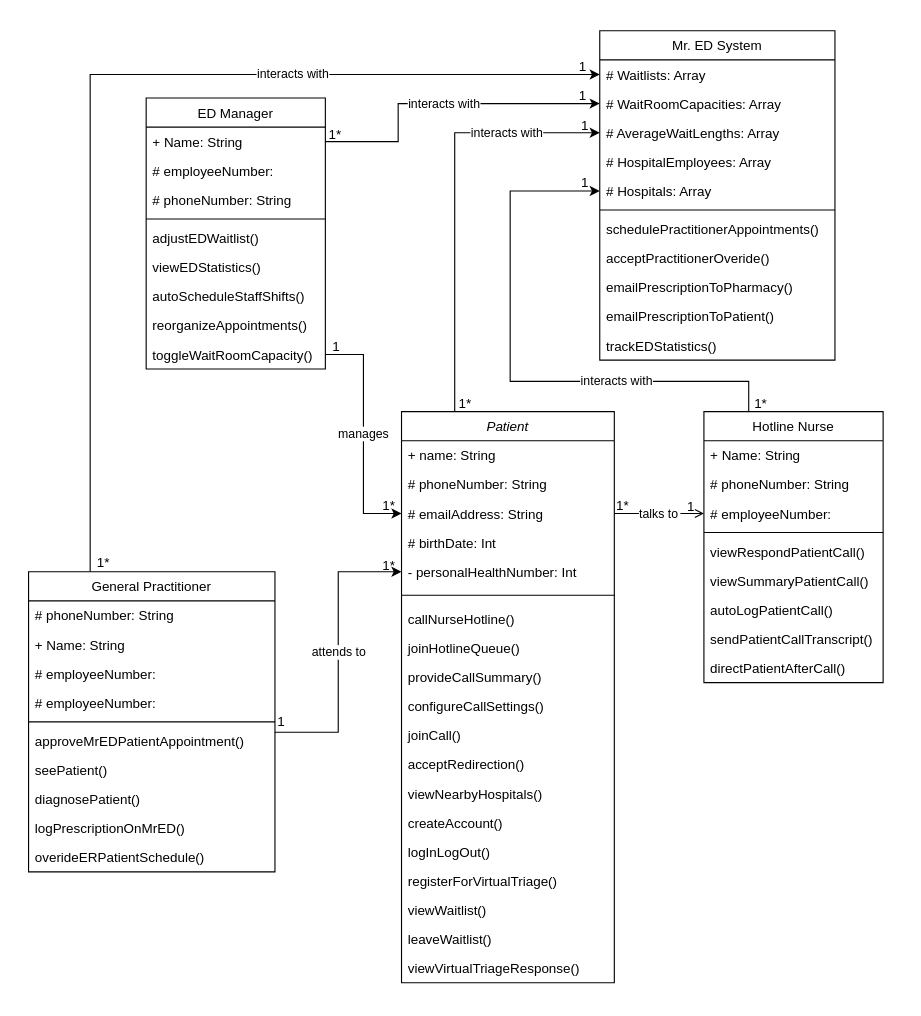
Above: AmirWork/M2/Mister_ED_ClassDiagram.drawio in SENG-350-2024-fall/Team9 (draw.io), before the change. Source tidied: cells renumbered, new cells numbered last; positions are measured from the earlier drawing's top-left corner, leaving out a move shared by most shapes. Both pictures are drawn from the tidied source at 112%, with x=0, y=0 at pixel (19, 19).
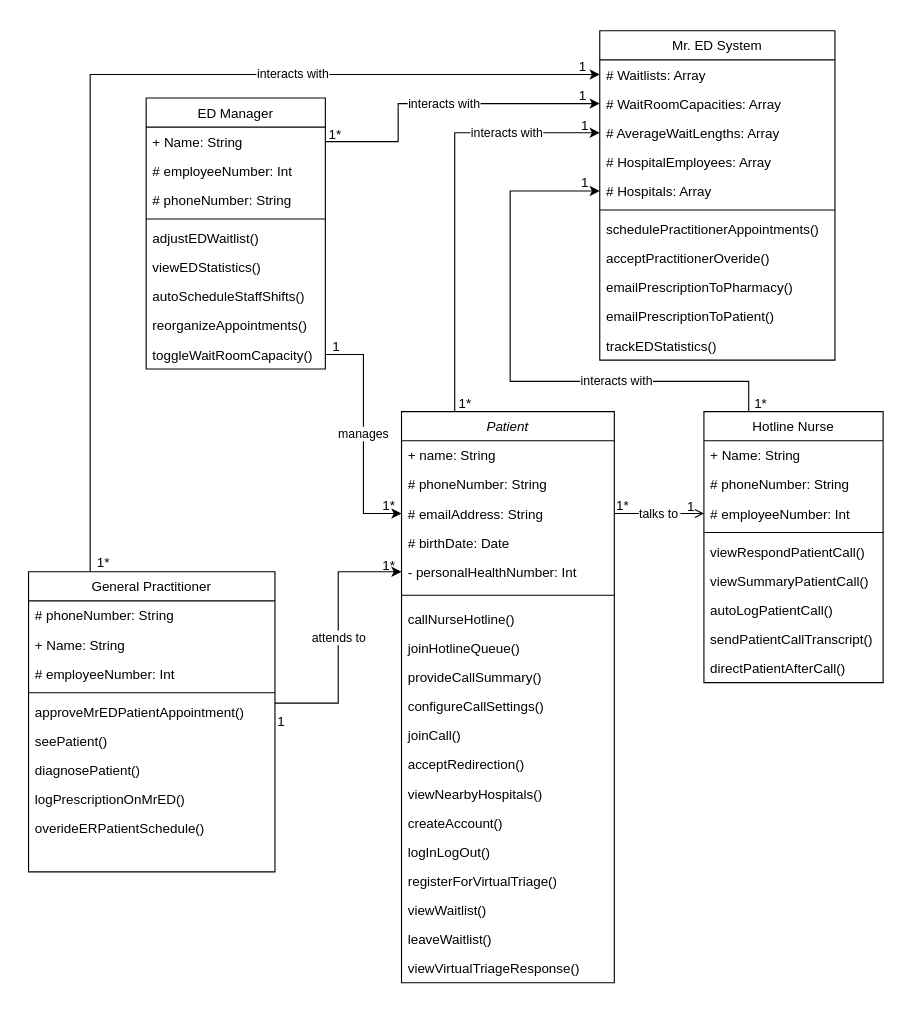
Above is the later version.

The change refers to these unchanged cells:
```xml
<mxCell id="6" value="Patient" style="swimlane;fontStyle=2;align=center;verticalAlign=top;horizontal=1;startSize=26;rounded=0;shadow=0;strokeWidth=1;" parent="1" vertex="1">
  <mxGeometry x="341" y="350" width="190" height="510" as="geometry" />
</mxCell>
<mxCell id="26" value="ED Manager" style="swimlane;fontStyle=0;align=center;verticalAlign=top;horizontal=1;startSize=26;rounded=0;shadow=0;strokeWidth=1;" parent="1" vertex="1">
  <mxGeometry x="113" y="70" width="160" height="242" as="geometry" />
</mxCell>
<mxCell id="37" value="Hotline Nurse" style="swimlane;fontStyle=0;align=center;verticalAlign=top;horizontal=1;startSize=26;rounded=0;shadow=0;strokeWidth=1;" parent="1" vertex="1">
  <mxGeometry x="611" y="350" width="160" height="242" as="geometry" />
</mxCell>
<mxCell id="48" value="General Practitioner" style="swimlane;fontStyle=0;align=center;verticalAlign=top;horizontal=1;startSize=26;rounded=0;shadow=0;strokeWidth=1;" parent="1" vertex="1">
  <mxGeometry x="8" y="493" width="220" height="268" as="geometry" />
</mxCell>
```

The edit, as a diff of the source:
```diff
@@
-    <mxCell id="10" value="# birthDate: Int" style="text;align=left;verticalAlign=top;spacingLeft=4;spacingRight=4;overflow=hidden;" parent="6" vertex="1">
+    <mxCell id="10" value="# birthDate: Date" style="text;align=left;verticalAlign=top;spacingLeft=4;spacingRight=4;overflow=hidden;" parent="6" vertex="1">
       <mxGeometry y="104" width="190" height="26" as="geometry" />
     </mxCell>
@@
-    <mxCell id="28" value="# employeeNumber: " style="text;align=left;verticalAlign=top;spacingLeft=4;spacingRight=4;overflow=hidden;rounded=0;shadow=0;html=0;" parent="26" vertex="1">
+    <mxCell id="28" value="# employeeNumber: Int" style="text;align=left;verticalAlign=top;spacingLeft=4;spacingRight=4;overflow=hidden;rounded=0;shadow=0;html=0;" parent="26" vertex="1">
       <mxGeometry y="52" width="160" height="26" as="geometry" />
     </mxCell>
@@
-    <mxCell id="40" value="# employeeNumber: " style="text;align=left;verticalAlign=top;spacingLeft=4;spacingRight=4;overflow=hidden;points=[[0,0.5],[1,0.5]];portConstraint=eastwest;rounded=0;shadow=0;html=0;" parent="37" vertex="1">
+    <mxCell id="40" value="# employeeNumber: Int" style="text;align=left;verticalAlign=top;spacingLeft=4;spacingRight=4;overflow=hidden;points=[[0,0.5],[1,0.5]];portConstraint=eastwest;rounded=0;shadow=0;html=0;" parent="37" vertex="1">
       <mxGeometry y="78" width="160" height="26" as="geometry" />
     </mxCell>
@@
-    <mxCell id="51" value="# employeeNumber: " style="text;align=left;verticalAlign=top;spacingLeft=4;spacingRight=4;overflow=hidden;rounded=0;shadow=0;html=0;" parent="48" vertex="1">
+    <mxCell id="51" value="# employeeNumber: Int" style="text;align=left;verticalAlign=top;spacingLeft=4;spacingRight=4;overflow=hidden;rounded=0;shadow=0;html=0;" parent="48" vertex="1">
       <mxGeometry y="78" width="220" height="26" as="geometry" />
     </mxCell>
-    <mxCell id="52" value="# employeeNumber: " style="text;align=left;verticalAlign=top;spacingLeft=4;spacingRight=4;overflow=hidden;rounded=0;shadow=0;html=0;" parent="48" vertex="1">
-      <mxGeometry y="104" width="220" height="26" as="geometry" />
-    </mxCell>
     <mxCell id="53" style="line;html=1;strokeWidth=1;align=left;verticalAlign=middle;spacingTop=-1;spacingLeft=3;spacingRight=3;labelPosition=right;" parent="48" vertex="1">
-      <mxGeometry y="130" width="220" height="8" as="geometry" />
+      <mxGeometry y="104" width="220" height="8" as="geometry" />
     </mxCell>
     <mxCell id="54" value="approveMrEDPatientAppointment()" style="text;align=left;verticalAlign=top;spacingLeft=4;spacingRight=4;overflow=hidden;points=[[0,0.5],[1,0.5]];portConstraint=eastwest;" parent="48" vertex="1">
-      <mxGeometry y="138" width="220" height="26" as="geometry" />
+      <mxGeometry y="112" width="220" height="26" as="geometry" />
     </mxCell>
     <mxCell id="55" value="seePatient()" style="text;align=left;verticalAlign=top;spacingLeft=4;spacingRight=4;overflow=hidden;" parent="48" vertex="1">
-      <mxGeometry y="164" width="220" height="26" as="geometry" />
+      <mxGeometry y="138" width="220" height="26" as="geometry" />
     </mxCell>
     <mxCell id="56" value="diagnosePatient()" style="text;align=left;verticalAlign=top;spacingLeft=4;spacingRight=4;overflow=hidden;" parent="48" vertex="1">
-      <mxGeometry y="190" width="220" height="26" as="geometry" />
+      <mxGeometry y="164" width="220" height="26" as="geometry" />
     </mxCell>
     <mxCell id="57" value="logPrescriptionOnMrED()" style="text;align=left;verticalAlign=top;spacingLeft=4;spacingRight=4;overflow=hidden;" parent="48" vertex="1">
-      <mxGeometry y="216" width="220" height="26" as="geometry" />
+      <mxGeometry y="190" width="220" height="26" as="geometry" />
     </mxCell>
     <mxCell id="58" value="overideERPatientSchedule()" style="text;align=left;verticalAlign=top;spacingLeft=4;spacingRight=4;overflow=hidden;" parent="48" vertex="1">
-      <mxGeometry y="242" width="220" height="26" as="geometry" />
+      <mxGeometry y="216" width="220" height="26" as="geometry" />
     </mxCell>
```
